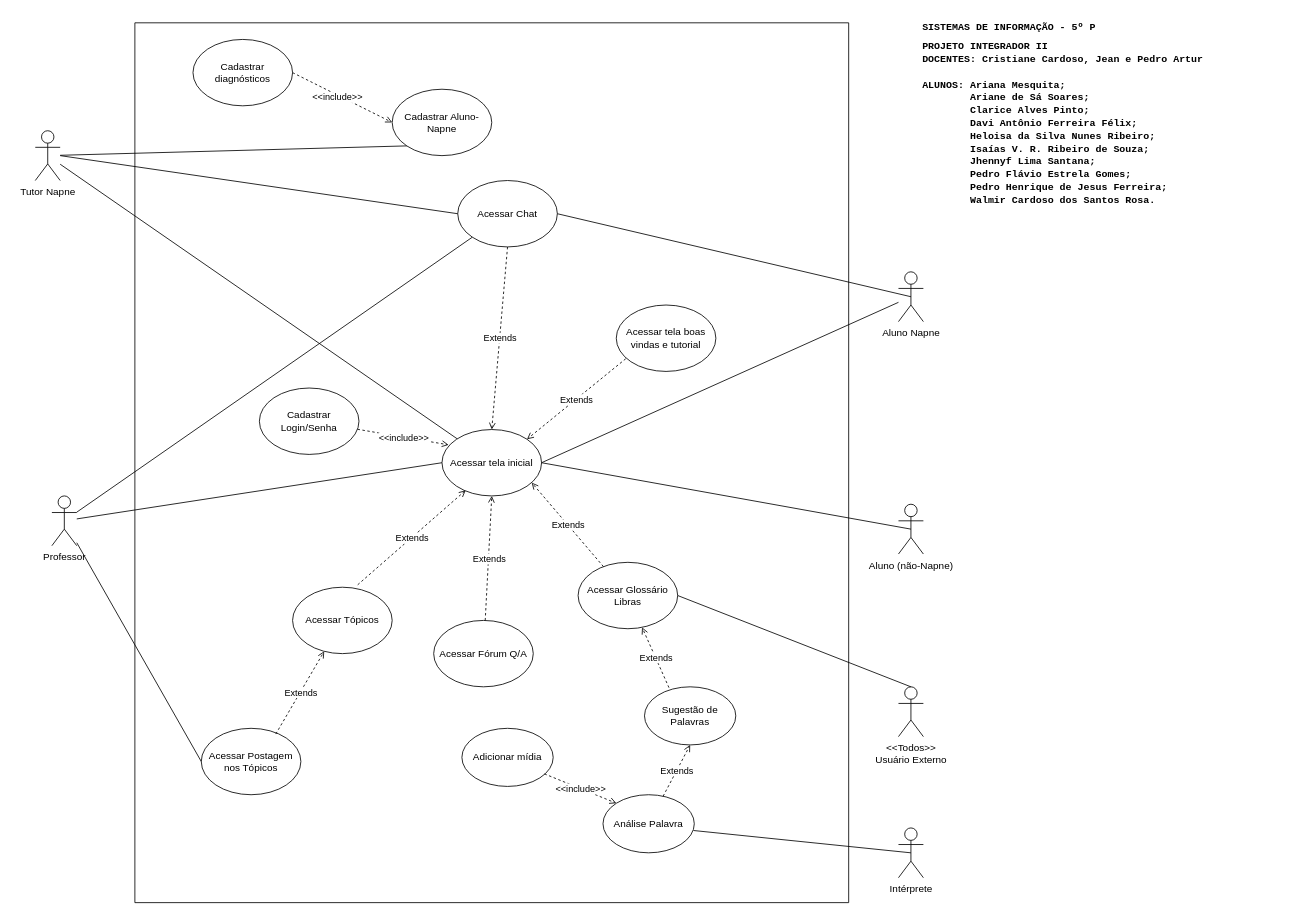
Before: Casos_Uso.drawio in arianamesquita/IFCoders, a draw.io diagram. Source tidied: cells renumbered, new cells numbered last; positions are measured from the earlier drawing's top-left corner, leaving out a move shared by most shapes. Both pictures are drawn from the tidied source at 83%, with x=0, y=0 at pixel (35, 22).
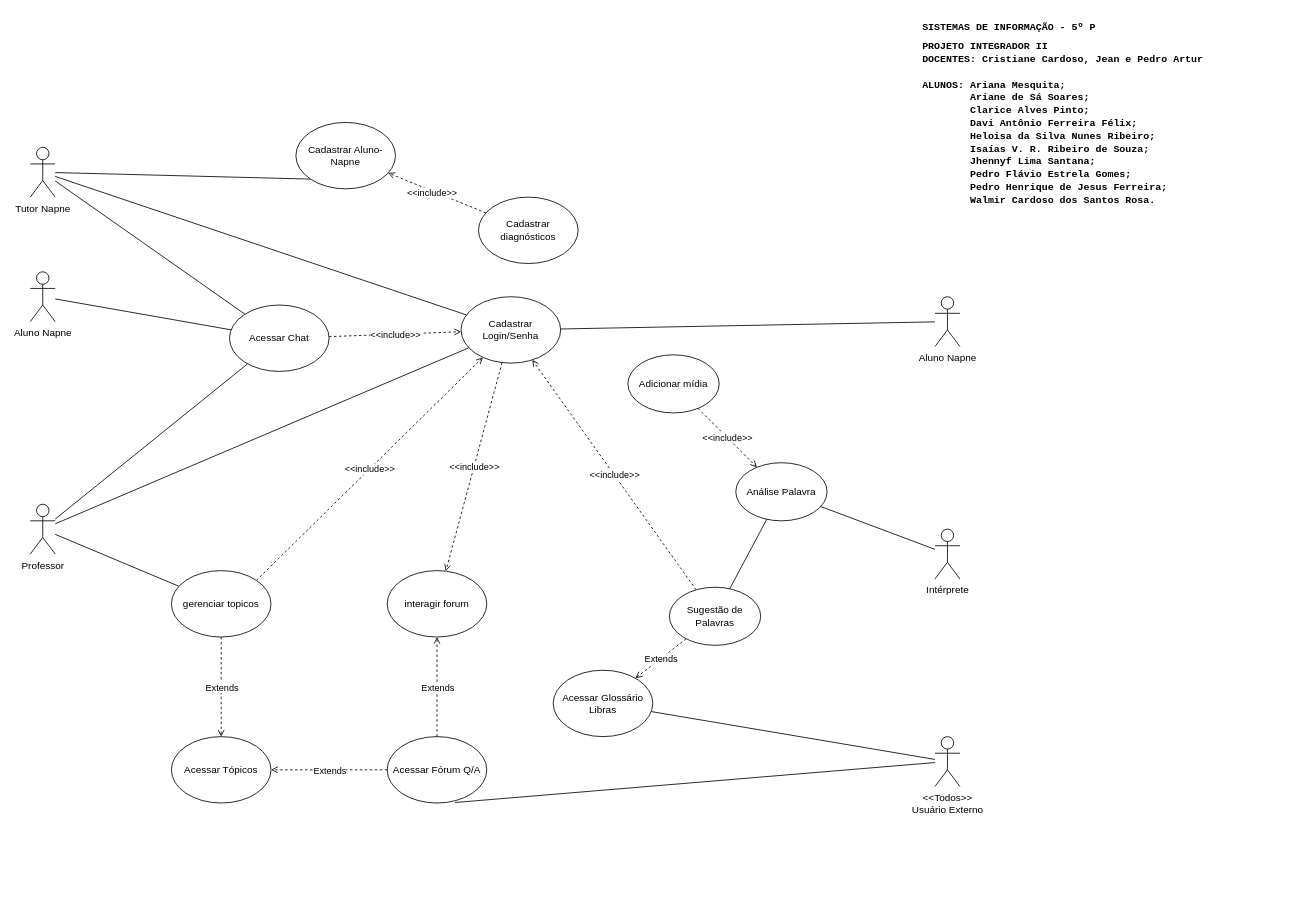
After the change.

Diff of the diagram source:
```diff
@@
     <mxCell id="2" value="Tutor Napne" style="shape=umlActor;verticalLabelPosition=bottom;verticalAlign=top;html=1;outlineConnect=0;" parent="1" vertex="1">
-      <mxGeometry y="130" width="30" height="60" as="geometry" />
+      <mxGeometry x="-6" y="150" width="30" height="60" as="geometry" />
     </mxCell>
     <mxCell id="3" value="Professor" style="shape=umlActor;verticalLabelPosition=bottom;verticalAlign=top;html=1;outlineConnect=0;" parent="1" vertex="1">
-      <mxGeometry x="20" y="570" width="30" height="60" as="geometry" />
+      <mxGeometry x="-6" y="580" width="30" height="60" as="geometry" />
     </mxCell>
     <mxCell id="4" value="Aluno Napne" style="shape=umlActor;verticalLabelPosition=bottom;verticalAlign=top;html=1;outlineConnect=0;" parent="1" vertex="1">
-      <mxGeometry x="1040" y="300" width="30" height="60" as="geometry" />
+      <mxGeometry x="-6" y="300" width="30" height="60" as="geometry" />
     </mxCell>
-    <mxCell id="5" value="Aluno (não-Napne)" style="shape=umlActor;verticalLabelPosition=bottom;verticalAlign=top;html=1;outlineConnect=0;" parent="1" vertex="1">
-      <mxGeometry x="1040" y="580" width="30" height="60" as="geometry" />
-    </mxCell>
-    <mxCell id="6" style="swimlane;startSize=0;" parent="1" vertex="1">
-      <mxGeometry x="120" width="860" height="1060" as="geometry" />
-    </mxCell>
-    <mxCell id="7" value="Cadastrar diagnósticos" style="ellipse;whiteSpace=wrap;html=1;" parent="6" vertex="1">
-      <mxGeometry x="70" y="20" width="120" height="80" as="geometry" />
-    </mxCell>
-    <mxCell id="8" value="Cadastrar Aluno-Napne" style="ellipse;whiteSpace=wrap;html=1;" parent="6" vertex="1">
-      <mxGeometry x="310" y="80" width="120" height="80" as="geometry" />
-    </mxCell>
-    <mxCell id="9" style="endArrow=open;html=1;rounded=0;exitX=1;exitY=0.5;exitDx=0;exitDy=0;entryX=0;entryY=0.5;entryDx=0;entryDy=0;dashed=1;endFill=0;" parent="6" edge="1" source="7" target="8">
-      <mxGeometry relative="1" as="geometry" />
-    </mxCell>
-    <mxCell id="10" value="&amp;lt;&amp;lt;include&amp;gt;&amp;gt;" style="edgeLabel;html=1;align=center;verticalAlign=middle;" parent="9" vertex="1">
-      <mxGeometry relative="1" as="geometry">
-        <mxPoint x="-6" as="offset" />
-      </mxGeometry>
-    </mxCell>
-    <mxCell id="11" value="Acessar Fórum Q/A" style="ellipse;whiteSpace=wrap;html=1;" parent="6" vertex="1">
-      <mxGeometry x="360" y="720" width="120" height="80" as="geometry" />
-    </mxCell>
-    <mxCell id="12" value="Acessar Tópicos" style="ellipse;whiteSpace=wrap;html=1;" parent="6" vertex="1">
-      <mxGeometry x="190" y="680" width="120" height="80" as="geometry" />
-    </mxCell>
-    <mxCell id="13" value="Acessar Postagem nos Tópicos" style="ellipse;whiteSpace=wrap;html=1;" parent="6" vertex="1">
-      <mxGeometry x="80" y="850" width="120" height="80" as="geometry" />
-    </mxCell>
-    <mxCell id="14" style="endArrow=open;html=1;rounded=0;exitX=0.748;exitY=0.086;exitDx=0;exitDy=0;dashed=1;endFill=0;exitPerimeter=0;" parent="6" edge="1" source="13" target="12">
-      <mxGeometry relative="1" as="geometry" />
-    </mxCell>
-    <mxCell id="15" value="Extends" style="edgeLabel;html=1;align=center;verticalAlign=middle;" parent="14" vertex="1">
-      <mxGeometry relative="1" as="geometry" />
-    </mxCell>
-    <mxCell id="16" value="Cadastrar Login/Senha" style="ellipse;whiteSpace=wrap;html=1;" parent="6" vertex="1">
-      <mxGeometry x="150" y="440" width="120" height="80" as="geometry" />
-    </mxCell>
-    <mxCell id="17" value="Acessar tela inicial" style="ellipse;whiteSpace=wrap;html=1;" parent="6" vertex="1">
-      <mxGeometry x="370" y="490" width="120" height="80" as="geometry" />
-    </mxCell>
-    <mxCell id="18" style="endArrow=open;html=1;rounded=0;dashed=1;endFill=0;exitX=0.095;exitY=0.809;exitDx=0;exitDy=0;exitPerimeter=0;entryX=1;entryY=0;entryDx=0;entryDy=0;" parent="6" edge="1" source="20" target="17">
-      <mxGeometry relative="1" as="geometry" />
-    </mxCell>
-    <mxCell id="19" value="Extends" style="edgeLabel;html=1;align=center;verticalAlign=middle;" parent="18" vertex="1">
-      <mxGeometry relative="1" as="geometry" />
-    </mxCell>
-    <mxCell id="20" value="Acessar tela boas vindas e tutorial" style="ellipse;whiteSpace=wrap;html=1;" parent="6" vertex="1">
-      <mxGeometry x="580" y="340" width="120" height="80" as="geometry" />
-    </mxCell>
-    <mxCell id="21" style="endArrow=open;html=1;rounded=0;dashed=1;endFill=0;entryX=0.067;entryY=0.231;entryDx=0;entryDy=0;entryPerimeter=0;" parent="6" edge="1" source="16" target="17">
-      <mxGeometry relative="1" as="geometry" />
-    </mxCell>
-    <mxCell id="22" value="&amp;lt;&amp;lt;include&amp;gt;&amp;gt;" style="edgeLabel;html=1;align=center;verticalAlign=middle;" parent="21" vertex="1">
-      <mxGeometry relative="1" as="geometry" />
-    </mxCell>
-    <mxCell id="23" value="Acessar Glossário Libras" style="ellipse;whiteSpace=wrap;html=1;" parent="6" vertex="1">
-      <mxGeometry x="534" y="650" width="120" height="80" as="geometry" />
-    </mxCell>
-    <mxCell id="24" style="endArrow=open;html=1;rounded=0;dashed=1;endFill=0;entryX=0.901;entryY=0.8;entryDx=0;entryDy=0;entryPerimeter=0;" parent="6" edge="1" source="23" target="17">
-      <mxGeometry relative="1" as="geometry" />
-    </mxCell>
-    <mxCell id="25" value="Extends" style="edgeLabel;html=1;align=center;verticalAlign=middle;" parent="24" vertex="1">
-      <mxGeometry relative="1" as="geometry" />
-    </mxCell>
-    <mxCell id="26" value="Acessar Chat" style="ellipse;whiteSpace=wrap;html=1;" parent="6" vertex="1">
-      <mxGeometry x="389" y="190" width="120" height="80" as="geometry" />
-    </mxCell>
-    <mxCell id="27" style="endArrow=open;html=1;rounded=0;dashed=1;endFill=0;entryX=0.5;entryY=1;entryDx=0;entryDy=0;" parent="6" edge="1" source="11" target="17">
-      <mxGeometry relative="1" as="geometry" />
-    </mxCell>
-    <mxCell id="28" value="Extends" style="edgeLabel;html=1;align=center;verticalAlign=middle;" parent="27" vertex="1">
-      <mxGeometry relative="1" as="geometry" />
-    </mxCell>
-    <mxCell id="29" style="endArrow=open;html=1;rounded=0;dashed=1;endFill=0;entryX=0.5;entryY=0;entryDx=0;entryDy=0;exitX=0.5;exitY=1;exitDx=0;exitDy=0;" parent="6" edge="1" source="26" target="17">
-      <mxGeometry relative="1" as="geometry" />
-    </mxCell>
-    <mxCell id="30" value="Extends" style="edgeLabel;html=1;align=center;verticalAlign=middle;" parent="29" vertex="1">
-      <mxGeometry relative="1" as="geometry" />
-    </mxCell>
-    <mxCell id="31" style="endArrow=open;html=1;rounded=0;dashed=1;endFill=0;exitX=0.654;exitY=-0.037;exitDx=0;exitDy=0;exitPerimeter=0;entryX=0.238;entryY=0.916;entryDx=0;entryDy=0;entryPerimeter=0;" parent="6" edge="1" source="12" target="17">
-      <mxGeometry relative="1" as="geometry" />
-    </mxCell>
-    <mxCell id="32" value="Extends" style="edgeLabel;html=1;align=center;verticalAlign=middle;" parent="31" vertex="1">
-      <mxGeometry relative="1" as="geometry" />
-    </mxCell>
-    <mxCell id="33" value="Sugestão de Palavras" style="ellipse;whiteSpace=wrap;html=1;" parent="6" vertex="1">
-      <mxGeometry x="614" y="800" width="110" height="70" as="geometry" />
-    </mxCell>
-    <mxCell id="34" style="endArrow=open;html=1;rounded=0;dashed=1;endFill=0;exitX=0.268;exitY=0.014;exitDx=0;exitDy=0;exitPerimeter=0;" parent="6" edge="1" source="33" target="23">
-      <mxGeometry relative="1" as="geometry" />
-    </mxCell>
-    <mxCell id="35" value="Extends" style="edgeLabel;html=1;align=center;verticalAlign=middle;" parent="34" vertex="1">
-      <mxGeometry relative="1" as="geometry" />
-    </mxCell>
-    <mxCell id="36" value="Análise Palavra" style="ellipse;whiteSpace=wrap;html=1;" parent="6" vertex="1">
-      <mxGeometry x="564" y="930" width="110" height="70" as="geometry" />
-    </mxCell>
-    <mxCell id="37" style="endArrow=open;html=1;rounded=0;dashed=1;endFill=0;entryX=0.5;entryY=1;entryDx=0;entryDy=0;" parent="6" edge="1" source="36" target="33">
-      <mxGeometry relative="1" as="geometry" />
-    </mxCell>
-    <mxCell id="38" value="Extends" style="edgeLabel;html=1;align=center;verticalAlign=middle;" parent="37" vertex="1">
-      <mxGeometry relative="1" as="geometry" />
-    </mxCell>
-    <mxCell id="39" value="Adicionar mídia" style="ellipse;whiteSpace=wrap;html=1;" parent="6" vertex="1">
-      <mxGeometry x="394" y="850" width="110" height="70" as="geometry" />
-    </mxCell>
-    <mxCell id="40" style="endArrow=open;html=1;rounded=0;dashed=1;endFill=0;entryX=0;entryY=0;entryDx=0;entryDy=0;exitX=0.904;exitY=0.784;exitDx=0;exitDy=0;exitPerimeter=0;" parent="6" edge="1" source="39" target="36">
-      <mxGeometry relative="1" as="geometry" />
-    </mxCell>
-    <mxCell id="41" value="&amp;lt;&amp;lt;include&amp;gt;&amp;gt;" style="edgeLabel;html=1;align=center;verticalAlign=middle;" parent="40" vertex="1">
-      <mxGeometry relative="1" as="geometry" />
-    </mxCell>
-    <mxCell id="42" style="endArrow=none;html=1;rounded=0;exitX=0;exitY=0.5;exitDx=0;exitDy=0;" parent="1" edge="1" source="13" target="3">
+    <mxCell id="42" style="endArrow=none;html=1;rounded=0;exitDx=0;exitDy=0;" parent="1" edge="1" source="13" target="3">
       <mxGeometry relative="1" as="geometry" />
     </mxCell>
@@
-    <mxCell id="44" style="endArrow=none;html=1;rounded=0;entryX=0;entryY=1;entryDx=0;entryDy=0;" parent="1" edge="1" source="3" target="26">
+    <mxCell id="44" style="endArrow=none;html=1;rounded=0;entryDx=0;entryDy=0;" parent="1" edge="1" source="3" target="26">
       <mxGeometry relative="1" as="geometry" />
     </mxCell>
-    <mxCell id="45" style="endArrow=none;html=1;rounded=0;exitX=0;exitY=0.5;exitDx=0;exitDy=0;" parent="1" edge="1" source="26">
-      <mxGeometry relative="1" as="geometry">
-        <mxPoint x="30" y="160" as="targetPoint" />
-      </mxGeometry>
+    <mxCell id="45" style="endArrow=none;html=1;rounded=0;" parent="1" edge="1" source="26" target="2">
+      <mxGeometry relative="1" as="geometry" />
     </mxCell>
-    <mxCell id="46" style="endArrow=none;html=1;rounded=0;exitX=1;exitY=0.5;exitDx=0;exitDy=0;entryX=0.5;entryY=0.5;entryDx=0;entryDy=0;entryPerimeter=0;" parent="1" edge="1" source="26" target="4">
+    <mxCell id="46" style="endArrow=none;html=1;rounded=0;entryDx=0;entryDy=0;entryPerimeter=0;" parent="1" edge="1" source="26" target="4">
       <mxGeometry relative="1" as="geometry" />
     </mxCell>
-    <mxCell id="47" style="endArrow=none;html=1;rounded=0;entryX=0;entryY=0.5;entryDx=0;entryDy=0;" parent="1" edge="1" source="3" target="17">
+    <mxCell id="47" style="endArrow=none;html=1;rounded=0;" parent="1" edge="1" source="3" target="16">
       <mxGeometry relative="1" as="geometry" />
     </mxCell>
-    <mxCell id="48" style="endArrow=none;html=1;rounded=0;exitX=1;exitY=0.5;exitDx=0;exitDy=0;entryX=0.5;entryY=0.5;entryDx=0;entryDy=0;entryPerimeter=0;" parent="1" edge="1" source="17" target="5">
-      <mxGeometry relative="1" as="geometry" />
-    </mxCell>
-    <mxCell id="49" style="endArrow=none;html=1;rounded=0;entryX=1;entryY=0.5;entryDx=0;entryDy=0;" parent="1" edge="1" source="4" target="17">
-      <mxGeometry relative="1" as="geometry" />
-    </mxCell>
-    <mxCell id="50" style="endArrow=none;html=1;rounded=0;" parent="1" edge="1" source="2" target="17">
-      <mxGeometry relative="1" as="geometry" />
-    </mxCell>
     <mxCell id="51" value="&amp;lt;&amp;lt;Todos&amp;gt;&amp;gt;&lt;div&gt;Usuário Externo&lt;/div&gt;" style="shape=umlActor;verticalLabelPosition=bottom;verticalAlign=top;html=1;outlineConnect=0;" parent="1" vertex="1">
-      <mxGeometry x="1040" y="800" width="30" height="60" as="geometry" />
+      <mxGeometry x="1084" y="860" width="30" height="60" as="geometry" />
     </mxCell>
-    <mxCell id="52" style="endArrow=none;html=1;rounded=0;exitX=0.5;exitY=0;exitDx=0;exitDy=0;exitPerimeter=0;entryX=1;entryY=0.5;entryDx=0;entryDy=0;" parent="1" edge="1" source="51" target="23">
-      <mxGeometry relative="1" as="geometry" />
-    </mxCell>
     <mxCell id="53" value="Intérprete" style="shape=umlActor;verticalLabelPosition=bottom;verticalAlign=top;html=1;outlineConnect=0;" parent="1" vertex="1">
-      <mxGeometry x="1040" y="970" width="30" height="60" as="geometry" />
+      <mxGeometry x="1084" y="610" width="30" height="60" as="geometry" />
     </mxCell>
-    <mxCell id="54" style="endArrow=none;html=1;rounded=0;exitX=0.5;exitY=0.5;exitDx=0;exitDy=0;exitPerimeter=0;entryX=0.991;entryY=0.616;entryDx=0;entryDy=0;entryPerimeter=0;" parent="1" edge="1" source="53" target="36">
+    <mxCell id="54" style="endArrow=none;html=1;rounded=0;" parent="1" edge="1" source="51" target="23">
       <mxGeometry relative="1" as="geometry" />
     </mxCell>
@@
+    <mxCell id="56" style="endArrow=none;html=1;rounded=0;entryX=0.682;entryY=0.992;entryDx=0;entryDy=0;entryPerimeter=0;" parent="1" edge="1" source="51" target="11">
+      <mxGeometry relative="1" as="geometry" />
+    </mxCell>
+    <mxCell id="57" style="endArrow=none;html=1;rounded=0;entryDx=0;entryDy=0;entryPerimeter=0;" parent="1" edge="1" source="53" target="36">
+      <mxGeometry relative="1" as="geometry" />
+    </mxCell>
+    <mxCell id="7" value="Cadastrar diagnósticos" style="ellipse;whiteSpace=wrap;html=1;" parent="1" vertex="1">
+      <mxGeometry x="534" y="210" width="120" height="80" as="geometry" />
+    </mxCell>
+    <mxCell id="8" value="Cadastrar Aluno-Napne" style="ellipse;whiteSpace=wrap;html=1;" parent="1" vertex="1">
+      <mxGeometry x="314" y="120" width="120" height="80" as="geometry" />
+    </mxCell>
+    <mxCell id="9" style="endArrow=open;html=1;rounded=0;exitDx=0;exitDy=0;entryDx=0;entryDy=0;dashed=1;endFill=0;" parent="1" edge="1" source="7" target="8">
+      <mxGeometry relative="1" as="geometry" />
+    </mxCell>
+    <mxCell id="10" value="&amp;lt;&amp;lt;include&amp;gt;&amp;gt;" style="edgeLabel;html=1;align=center;verticalAlign=middle;" parent="9" vertex="1">
+      <mxGeometry relative="1" as="geometry">
+        <mxPoint x="-6" as="offset" />
+      </mxGeometry>
+    </mxCell>
+    <mxCell id="16" value="Cadastrar Login/Senha" style="ellipse;whiteSpace=wrap;html=1;" parent="1" vertex="1">
+      <mxGeometry x="513" y="330" width="120" height="80" as="geometry" />
+    </mxCell>
+    <mxCell id="26" value="Acessar Chat" style="ellipse;whiteSpace=wrap;html=1;" parent="1" vertex="1">
+      <mxGeometry x="234" y="340" width="120" height="80" as="geometry" />
+    </mxCell>
+    <mxCell id="29" style="endArrow=open;html=1;rounded=0;dashed=1;endFill=0;" parent="1" edge="1" source="26" target="16">
+      <mxGeometry relative="1" as="geometry" />
+    </mxCell>
+    <mxCell id="30" value="&amp;lt;&amp;lt;include&amp;gt;&amp;gt;" style="edgeLabel;html=1;align=center;verticalAlign=middle;" parent="29" vertex="1">
+      <mxGeometry relative="1" as="geometry" />
+    </mxCell>
+    <mxCell id="31" value="&amp;lt;&amp;lt;include&amp;gt;&amp;gt;" style="endArrow=open;html=1;rounded=0;dashed=1;endFill=0;exitX=1;exitY=0;exitDx=0;exitDy=0;" parent="1" edge="1" source="13" target="16">
+      <mxGeometry relative="1" as="geometry" />
+    </mxCell>
+    <mxCell id="58" style="endArrow=open;html=1;rounded=0;dashed=1;endFill=0;entryDx=0;entryDy=0;" parent="1" edge="1" source="33" target="16">
+      <mxGeometry relative="1" as="geometry" />
+    </mxCell>
+    <mxCell id="59" value="&amp;lt;&amp;lt;include&amp;gt;&amp;gt;" style="edgeLabel;html=1;align=center;verticalAlign=middle;" parent="58" vertex="1">
+      <mxGeometry relative="1" as="geometry" />
+    </mxCell>
+    <mxCell id="60" style="endArrow=open;html=1;rounded=0;dashed=1;endFill=0;" parent="1" edge="1" source="16" target="62">
+      <mxGeometry relative="1" as="geometry" />
+    </mxCell>
+    <mxCell id="61" value="&amp;lt;&amp;lt;include&amp;gt;&amp;gt;" style="edgeLabel;html=1;align=center;verticalAlign=middle;" parent="60" vertex="1">
+      <mxGeometry relative="1" as="geometry" />
+    </mxCell>
+    <mxCell id="39" value="Adicionar mídia" style="ellipse;whiteSpace=wrap;html=1;" parent="1" vertex="1">
+      <mxGeometry x="714" y="400" width="110" height="70" as="geometry" />
+    </mxCell>
+    <mxCell id="36" value="Análise Palavra" style="ellipse;whiteSpace=wrap;html=1;" parent="1" vertex="1">
+      <mxGeometry x="844" y="530" width="110" height="70" as="geometry" />
+    </mxCell>
+    <mxCell id="40" style="endArrow=open;html=1;rounded=0;dashed=1;endFill=0;entryDx=0;entryDy=0;exitDx=0;exitDy=0;exitPerimeter=0;" parent="1" edge="1" source="39" target="36">
+      <mxGeometry relative="1" as="geometry" />
+    </mxCell>
+    <mxCell id="41" value="&amp;lt;&amp;lt;include&amp;gt;&amp;gt;" style="edgeLabel;html=1;align=center;verticalAlign=middle;" parent="40" vertex="1">
+      <mxGeometry relative="1" as="geometry" />
+    </mxCell>
+    <mxCell id="33" value="Sugestão de Palavras" style="ellipse;whiteSpace=wrap;html=1;" parent="1" vertex="1">
+      <mxGeometry x="764" y="680" width="110" height="70" as="geometry" />
+    </mxCell>
+    <mxCell id="62" value="interagir forum" style="ellipse;whiteSpace=wrap;html=1;" parent="1" vertex="1">
+      <mxGeometry x="424" y="660" width="120" height="80" as="geometry" />
+    </mxCell>
+    <mxCell id="13" value="gerenciar topicos" style="ellipse;whiteSpace=wrap;html=1;" parent="1" vertex="1">
+      <mxGeometry x="164" y="660" width="120" height="80" as="geometry" />
+    </mxCell>
+    <mxCell id="11" value="Acessar Fórum Q/A" style="ellipse;whiteSpace=wrap;html=1;" parent="1" vertex="1">
+      <mxGeometry x="424" y="860" width="120" height="80" as="geometry" />
+    </mxCell>
+    <mxCell id="63" style="endArrow=open;html=1;rounded=0;dashed=1;endFill=0;" parent="1" edge="1" source="11" target="62">
+      <mxGeometry relative="1" as="geometry" />
+    </mxCell>
+    <mxCell id="64" value="Extends" style="edgeLabel;html=1;align=center;verticalAlign=middle;" parent="63" vertex="1">
+      <mxGeometry relative="1" as="geometry" />
+    </mxCell>
+    <mxCell id="12" value="Acessar Tópicos" style="ellipse;whiteSpace=wrap;html=1;" parent="1" vertex="1">
+      <mxGeometry x="164" y="860" width="120" height="80" as="geometry" />
+    </mxCell>
+    <mxCell id="14" style="endArrow=open;html=1;rounded=0;exitDx=0;exitDy=0;dashed=1;endFill=0;exitPerimeter=0;" parent="1" edge="1" source="13" target="12">
+      <mxGeometry relative="1" as="geometry" />
+    </mxCell>
+    <mxCell id="15" value="Extends" style="edgeLabel;html=1;align=center;verticalAlign=middle;" parent="14" vertex="1">
+      <mxGeometry relative="1" as="geometry" />
+    </mxCell>
+    <mxCell id="65" style="endArrow=open;html=1;rounded=0;dashed=1;endFill=0;" parent="1" edge="1" source="11" target="12">
+      <mxGeometry relative="1" as="geometry" />
+    </mxCell>
+    <mxCell id="66" value="Extends" style="edgeLabel;html=1;align=center;verticalAlign=middle;" parent="65" vertex="1">
+      <mxGeometry relative="1" as="geometry" />
+    </mxCell>
+    <mxCell id="23" value="Acessar Glossário Libras" style="ellipse;whiteSpace=wrap;html=1;" parent="1" vertex="1">
+      <mxGeometry x="624" y="780" width="120" height="80" as="geometry" />
+    </mxCell>
+    <mxCell id="34" style="endArrow=open;html=1;rounded=0;dashed=1;endFill=0;entryDx=0;entryDy=0;entryPerimeter=0;exitDx=0;exitDy=0;exitPerimeter=0;" parent="1" edge="1" source="33" target="23">
+      <mxGeometry relative="1" as="geometry" />
+    </mxCell>
+    <mxCell id="67" value="Extends" style="edgeLabel;html=1;align=center;verticalAlign=middle;" parent="34" vertex="1">
+      <mxGeometry relative="1" as="geometry" />
+    </mxCell>
+    <mxCell id="68" style="endArrow=none;html=1;rounded=0;" parent="1" edge="1" source="33" target="36">
+      <mxGeometry relative="1" as="geometry" />
+    </mxCell>
+    <mxCell id="69" style="endArrow=none;html=1;rounded=0;" parent="1" edge="1" source="2" target="16">
+      <mxGeometry relative="1" as="geometry" />
+    </mxCell>
+    <mxCell id="70" value="Aluno Napne" style="shape=umlActor;verticalLabelPosition=bottom;verticalAlign=top;html=1;outlineConnect=0;" parent="1" vertex="1">
+      <mxGeometry x="1084" y="330" width="30" height="60" as="geometry" />
+    </mxCell>
+    <mxCell id="71" style="endArrow=none;html=1;rounded=0;" parent="1" edge="1" source="70" target="16">
+      <mxGeometry relative="1" as="geometry" />
+    </mxCell>
```
